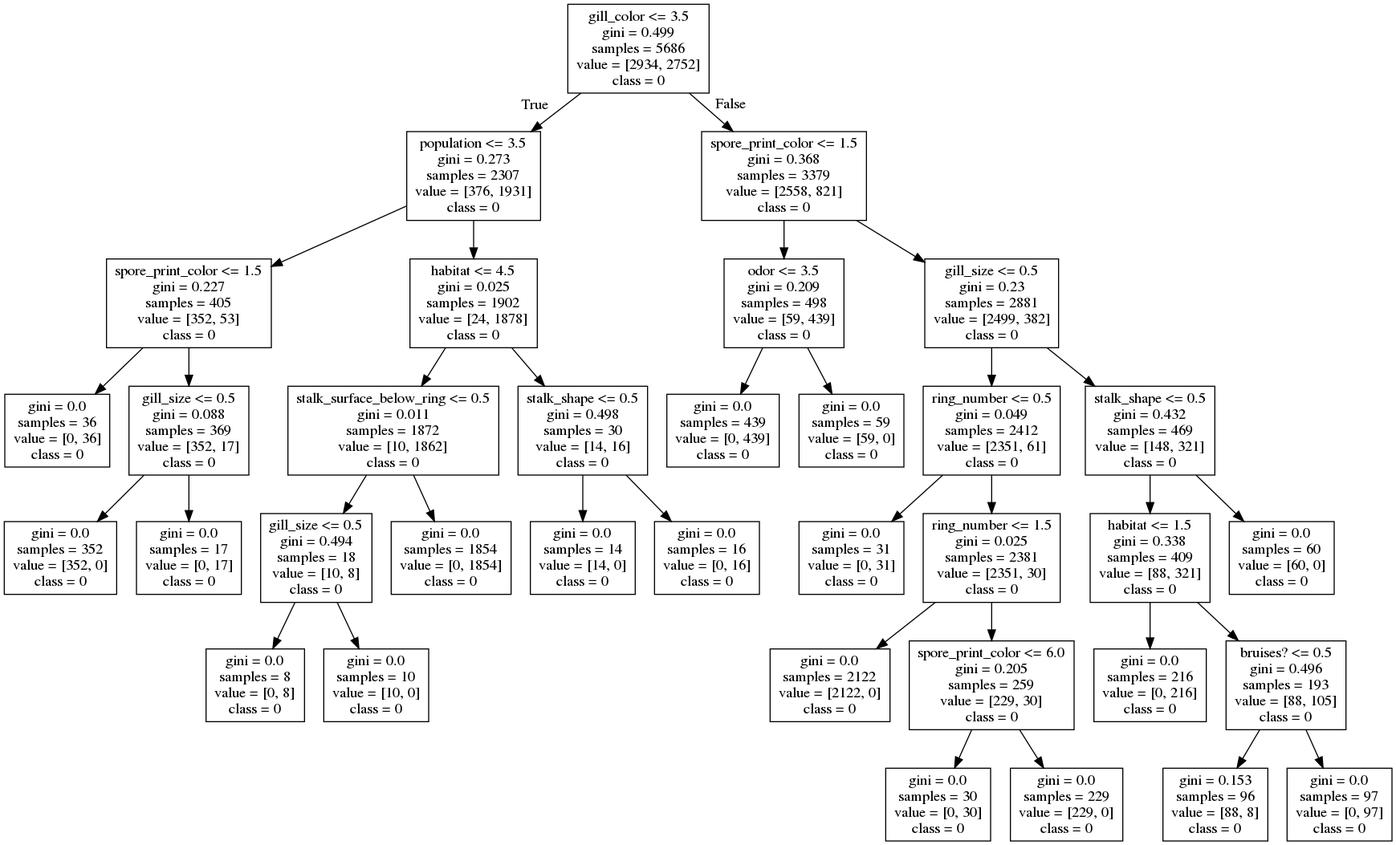
Earlier version of the Graphviz export mushroom_tree.png (masaimahapa/mushroom-predictor). Its source is kept beside it as mushroom_tree.dot.
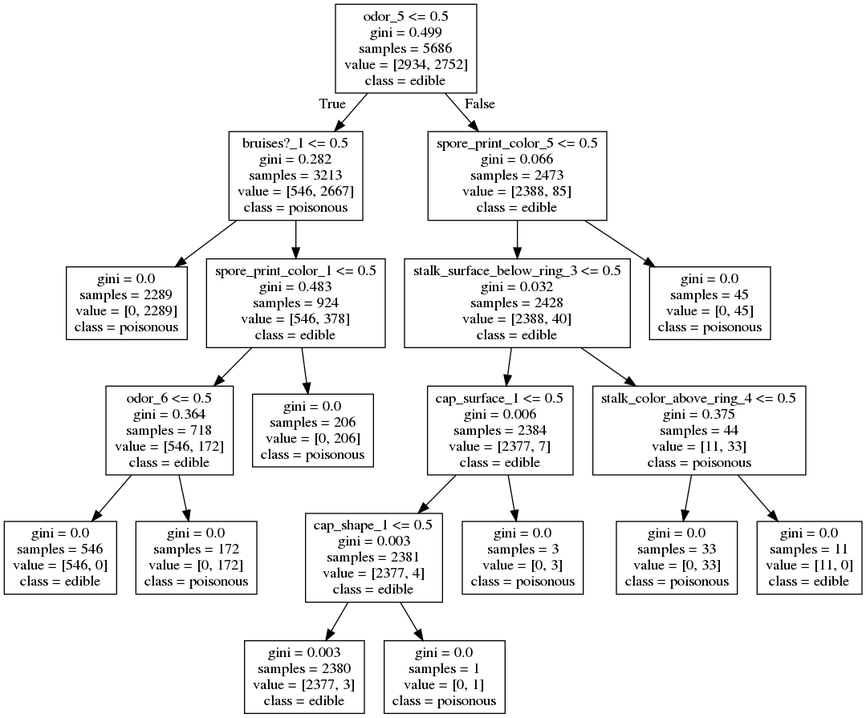
Above is the later version.

What changed in the source:
```diff
@@ -1,72 +1,40 @@
 digraph Tree {
 node [shape=box] ;
-0 [label="gill_color <= 3.5\ngini = 0.499\nsamples = 5686\nvalue = [2934, 2752]\nclass = 0"] ;
-1 [label="population <= 3.5\ngini = 0.273\nsamples = 2307\nvalue = [376, 1931]\nclass = 0"] ;
+0 [label="odor_5 <= 0.5\ngini = 0.499\nsamples = 5686\nvalue = [2934, 2752]\nclass = edible"] ;
+1 [label="bruises?_1 <= 0.5\ngini = 0.282\nsamples = 3213\nvalue = [546, 2667]\nclass = poisonous"] ;
 0 -> 1 [labeldistance=2.5, labelangle=45, headlabel="True"] ;
-2 [label="spore_print_color <= 1.5\ngini = 0.227\nsamples = 405\nvalue = [352, 53]\nclass = 0"] ;
+2 [label="gini = 0.0\nsamples = 2289\nvalue = [0, 2289]\nclass = poisonous"] ;
 1 -> 2 ;
-3 [label="gini = 0.0\nsamples = 36\nvalue = [0, 36]\nclass = 0"] ;
-2 -> 3 ;
-4 [label="gill_size <= 0.5\ngini = 0.088\nsamples = 369\nvalue = [352, 17]\nclass = 0"] ;
-2 -> 4 ;
-5 [label="gini = 0.0\nsamples = 352\nvalue = [352, 0]\nclass = 0"] ;
+3 [label="odor_2 <= 0.5\ngini = 0.483\nsamples = 924\nvalue = [546, 378]\nclass = edible"] ;
+1 -> 3 ;
+4 [label="odor_6 <= 0.5\ngini = 0.364\nsamples = 718\nvalue = [546, 172]\nclass = edible"] ;
+3 -> 4 ;
+5 [label="gini = 0.0\nsamples = 546\nvalue = [546, 0]\nclass = edible"] ;
 4 -> 5 ;
-6 [label="gini = 0.0\nsamples = 17\nvalue = [0, 17]\nclass = 0"] ;
+6 [label="gini = 0.0\nsamples = 172\nvalue = [0, 172]\nclass = poisonous"] ;
 4 -> 6 ;
-7 [label="habitat <= 4.5\ngini = 0.025\nsamples = 1902\nvalue = [24, 1878]\nclass = 0"] ;
-1 -> 7 ;
-8 [label="stalk_surface_below_ring <= 0.5\ngini = 0.011\nsamples = 1872\nvalue = [10, 1862]\nclass = 0"] ;
-7 -> 8 ;
-9 [label="habitat <= 0.5\ngini = 0.494\nsamples = 18\nvalue = [10, 8]\nclass = 0"] ;
+7 [label="gini = 0.0\nsamples = 206\nvalue = [0, 206]\nclass = poisonous"] ;
+3 -> 7 ;
+8 [label="spore_print_color_5 <= 0.5\ngini = 0.066\nsamples = 2473\nvalue = [2388, 85]\nclass = edible"] ;
+0 -> 8 [labeldistance=2.5, labelangle=-45, headlabel="False"] ;
+9 [label="stalk_surface_below_ring_3 <= 0.5\ngini = 0.032\nsamples = 2428\nvalue = [2388, 40]\nclass = edible"] ;
 8 -> 9 ;
-10 [label="gini = 0.0\nsamples = 10\nvalue = [10, 0]\nclass = 0"] ;
+10 [label="cap_surface_1 <= 0.5\ngini = 0.006\nsamples = 2384\nvalue = [2377, 7]\nclass = edible"] ;
 9 -> 10 ;
-11 [label="gini = 0.0\nsamples = 8\nvalue = [0, 8]\nclass = 0"] ;
-9 -> 11 ;
-12 [label="gini = 0.0\nsamples = 1854\nvalue = [0, 1854]\nclass = 0"] ;
-8 -> 12 ;
-13 [label="stalk_shape <= 0.5\ngini = 0.498\nsamples = 30\nvalue = [14, 16]\nclass = 0"] ;
-7 -> 13 ;
-14 [label="gini = 0.0\nsamples = 14\nvalue = [14, 0]\nclass = 0"] ;
-13 -> 14 ;
-15 [label="gini = 0.0\nsamples = 16\nvalue = [0, 16]\nclass = 0"] ;
-13 -> 15 ;
-16 [label="spore_print_color <= 1.5\ngini = 0.368\nsamples = 3379\nvalue = [2558, 821]\nclass = 0"] ;
-0 -> 16 [labeldistance=2.5, labelangle=-45, headlabel="False"] ;
-17 [label="odor <= 3.5\ngini = 0.209\nsamples = 498\nvalue = [59, 439]\nclass = 0"] ;
-16 -> 17 ;
-18 [label="gini = 0.0\nsamples = 439\nvalue = [0, 439]\nclass = 0"] ;
-17 -> 18 ;
-19 [label="gini = 0.0\nsamples = 59\nvalue = [59, 0]\nclass = 0"] ;
-17 -> 19 ;
-20 [label="gill_size <= 0.5\ngini = 0.23\nsamples = 2881\nvalue = [2499, 382]\nclass = 0"] ;
-16 -> 20 ;
-21 [label="stalk_color_below_ring <= 1.5\ngini = 0.049\nsamples = 2412\nvalue = [2351, 61]\nclass = 0"] ;
-20 -> 21 ;
-22 [label="gini = 0.0\nsamples = 31\nvalue = [0, 31]\nclass = 0"] ;
-21 -> 22 ;
-23 [label="ring_number <= 1.5\ngini = 0.025\nsamples = 2381\nvalue = [2351, 30]\nclass = 0"] ;
-21 -> 23 ;
-24 [label="gini = 0.0\nsamples = 2122\nvalue = [2122, 0]\nclass = 0"] ;
-23 -> 24 ;
-25 [label="spore_print_color <= 6.0\ngini = 0.205\nsamples = 259\nvalue = [229, 30]\nclass = 0"] ;
-23 -> 25 ;
-26 [label="gini = 0.0\nsamples = 30\nvalue = [0, 30]\nclass = 0"] ;
-25 -> 26 ;
-27 [label="gini = 0.0\nsamples = 229\nvalue = [229, 0]\nclass = 0"] ;
-25 -> 27 ;
-28 [label="stalk_shape <= 0.5\ngini = 0.432\nsamples = 469\nvalue = [148, 321]\nclass = 0"] ;
-20 -> 28 ;
-29 [label="habitat <= 1.5\ngini = 0.338\nsamples = 409\nvalue = [88, 321]\nclass = 0"] ;
-28 -> 29 ;
-30 [label="gini = 0.0\nsamples = 216\nvalue = [0, 216]\nclass = 0"] ;
-29 -> 30 ;
-31 [label="bruises? <= 0.5\ngini = 0.496\nsamples = 193\nvalue = [88, 105]\nclass = 0"] ;
-29 -> 31 ;
-32 [label="gini = 0.153\nsamples = 96\nvalue = [88, 8]\nclass = 0"] ;
-31 -> 32 ;
-33 [label="gini = 0.0\nsamples = 97\nvalue = [0, 97]\nclass = 0"] ;
-31 -> 33 ;
-34 [label="gini = 0.0\nsamples = 60\nvalue = [60, 0]\nclass = 0"] ;
-28 -> 34 ;
+11 [label="cap_shape_1 <= 0.5\ngini = 0.003\nsamples = 2381\nvalue = [2377, 4]\nclass = edible"] ;
+10 -> 11 ;
+12 [label="gini = 0.003\nsamples = 2380\nvalue = [2377, 3]\nclass = edible"] ;
+11 -> 12 ;
+13 [label="gini = 0.0\nsamples = 1\nvalue = [0, 1]\nclass = poisonous"] ;
+11 -> 13 ;
+14 [label="gini = 0.0\nsamples = 3\nvalue = [0, 3]\nclass = poisonous"] ;
+10 -> 14 ;
+15 [label="ring_number_2 <= 0.5\ngini = 0.375\nsamples = 44\nvalue = [11, 33]\nclass = poisonous"] ;
+9 -> 15 ;
+16 [label="gini = 0.0\nsamples = 33\nvalue = [0, 33]\nclass = poisonous"] ;
+15 -> 16 ;
+17 [label="gini = 0.0\nsamples = 11\nvalue = [11, 0]\nclass = edible"] ;
+15 -> 17 ;
+18 [label="gini = 0.0\nsamples = 45\nvalue = [0, 45]\nclass = poisonous"] ;
+8 -> 18 ;
 }
```
